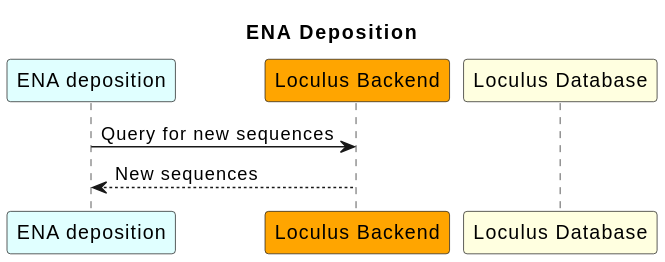
The PlantUML diagram architecture_docs/plantuml/06_ena_deposition.svg in loculus-project/loculus, before a commit.
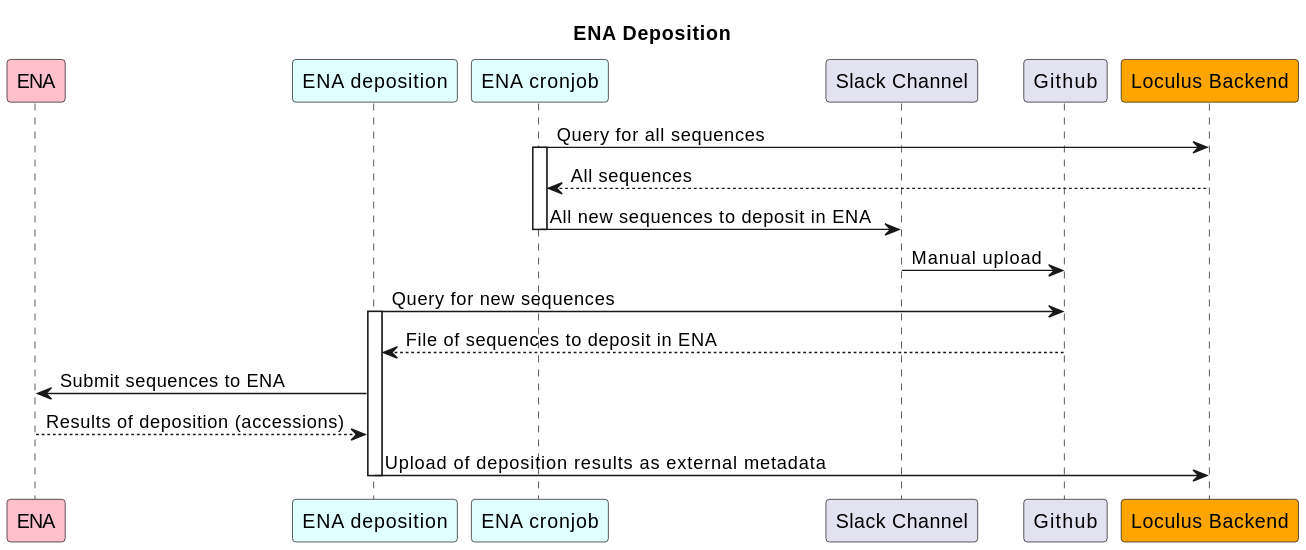
After the change.

Commit message:
Update architecture docs with ena-deposition state (#3185)

The edit, as a diff of the source:
```diff
@@ -1,11 +1,25 @@
 @startuml
 title ENA Deposition
 
+participant "ENA" as ena #Pink
 participant "ENA deposition" as deposition #LightCyan
+participant "ENA cronjob" as enacronjob #LightCyan
+participant "Slack Channel" as slack
+participant "Github" as github
 participant "Loculus Backend" as backend #Orange
-participant "Loculus Database" as db #LightYellow
 
-deposition -> backend: Query for new sequences
-backend --> deposition: New sequences
+enacronjob -> backend: Query for all sequences
+activate enacronjob
+backend --> enacronjob: All sequences
+enacronjob -> slack: All new sequences to deposit in ENA
+deactivate enacronjob
+slack -> github: Manual upload
 
+deposition -> github: Query for new sequences
+activate deposition
+github --> deposition: File of sequences to deposit in ENA
+deposition -> ena: Submit sequences to ENA
+ena --> deposition: Results of deposition (accessions)
+deposition -> backend: Upload of deposition results as external metadata
+deactivate deposition
 @enduml
```
